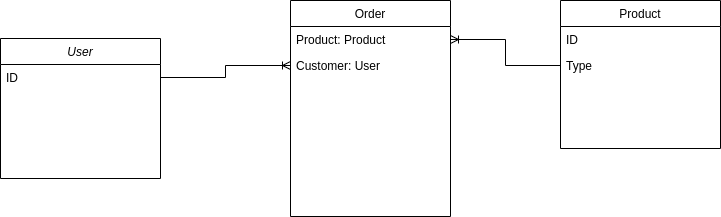
The draw.io diagram diagram/DataStructures.png in JosephShering/TerritoryFoodsAssessment, before a commit. Source tidied: cells renumbered, new cells last; positions are measured from the earlier drawing's top-left corner, leaving out a move shared by most shapes.
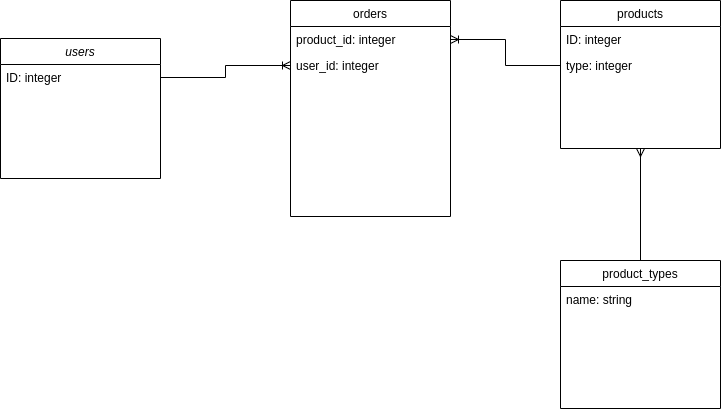
The same diagram one commit later.

What changed in the source:
```diff
@@ -2,28 +2,28 @@
   <root>
     <mxCell id="0" />
     <mxCell id="1" parent="0" />
-    <mxCell id="2" value="User" style="swimlane;fontStyle=2;align=center;verticalAlign=top;horizontal=1;startSize=26;rounded=0;shadow=0;strokeWidth=1;" parent="1" vertex="1">
+    <mxCell id="2" value="users" style="swimlane;fontStyle=2;align=center;verticalAlign=top;horizontal=1;startSize=26;rounded=0;shadow=0;strokeWidth=1;" parent="1" vertex="1">
       <mxGeometry y="38" width="160" height="140" as="geometry" />
     </mxCell>
-    <mxCell id="3" value="ID" style="text;align=left;verticalAlign=top;spacingLeft=4;spacingRight=4;overflow=hidden;points=[[0,0.5],[1,0.5]];portConstraint=eastwest;" parent="2" vertex="1">
+    <mxCell id="3" value="ID: integer" style="text;align=left;verticalAlign=top;spacingLeft=4;spacingRight=4;overflow=hidden;points=[[0,0.5],[1,0.5]];portConstraint=eastwest;" parent="2" vertex="1">
       <mxGeometry y="26" width="160" height="26" as="geometry" />
     </mxCell>
-    <mxCell id="4" value="Product" style="swimlane;fontStyle=0;align=center;verticalAlign=top;horizontal=1;startSize=26;rounded=0;shadow=0;strokeWidth=1;" parent="1" vertex="1">
+    <mxCell id="4" value="products" style="swimlane;fontStyle=0;align=center;verticalAlign=top;horizontal=1;startSize=26;rounded=0;shadow=0;strokeWidth=1;swimlaneFillColor=none;sketch=0;" parent="1" vertex="1">
       <mxGeometry x="560" width="160" height="148" as="geometry" />
     </mxCell>
-    <mxCell id="5" value="ID&#10;" style="text;align=left;verticalAlign=top;spacingLeft=4;spacingRight=4;overflow=hidden;" parent="4" vertex="1">
+    <mxCell id="5" value="ID: integer&#10;" style="text;align=left;verticalAlign=top;spacingLeft=4;spacingRight=4;overflow=hidden;" parent="4" vertex="1">
       <mxGeometry y="26" width="160" height="26" as="geometry" />
     </mxCell>
-    <mxCell id="6" value="Type" style="text;align=left;verticalAlign=top;spacingLeft=4;spacingRight=4;overflow=hidden;points=[[0,0.5],[1,0.5]];portConstraint=eastwest;" parent="4" vertex="1">
+    <mxCell id="6" value="type: integer" style="text;align=left;verticalAlign=top;spacingLeft=4;spacingRight=4;overflow=hidden;points=[[0,0.5],[1,0.5]];portConstraint=eastwest;" parent="4" vertex="1">
       <mxGeometry y="52" width="160" height="26" as="geometry" />
     </mxCell>
-    <mxCell id="7" value="Order" style="swimlane;fontStyle=0;align=center;verticalAlign=top;horizontal=1;startSize=26;rounded=0;shadow=0;strokeWidth=1;" parent="1" vertex="1">
+    <mxCell id="7" value="orders" style="swimlane;fontStyle=0;align=center;verticalAlign=top;horizontal=1;startSize=26;rounded=0;shadow=0;strokeWidth=1;" parent="1" vertex="1">
       <mxGeometry x="290" width="160" height="216" as="geometry" />
     </mxCell>
-    <mxCell id="8" value="Product: Product" style="text;align=left;verticalAlign=top;spacingLeft=4;spacingRight=4;overflow=hidden;points=[[0,0.5],[1,0.5]];portConstraint=eastwest;" parent="7" vertex="1">
+    <mxCell id="8" value="product_id: integer" style="text;align=left;verticalAlign=top;spacingLeft=4;spacingRight=4;overflow=hidden;points=[[0,0.5],[1,0.5]];portConstraint=eastwest;" parent="7" vertex="1">
       <mxGeometry y="26" width="160" height="26" as="geometry" />
     </mxCell>
-    <mxCell id="9" value="Customer: User" style="text;align=left;verticalAlign=top;spacingLeft=4;spacingRight=4;overflow=hidden;points=[[0,0.5],[1,0.5]];portConstraint=eastwest;rounded=0;shadow=0;html=0;" parent="7" vertex="1">
+    <mxCell id="9" value="user_id: integer" style="text;align=left;verticalAlign=top;spacingLeft=4;spacingRight=4;overflow=hidden;points=[[0,0.5],[1,0.5]];portConstraint=eastwest;rounded=0;shadow=0;html=0;" parent="7" vertex="1">
       <mxGeometry y="52" width="160" height="26" as="geometry" />
     </mxCell>
     <mxCell id="10" style="edgeStyle=orthogonalEdgeStyle;rounded=0;jettySize=auto;html=1;exitX=0;exitY=0.5;exitDx=0;exitDy=0;entryX=1;entryY=0.5;entryDx=0;entryDy=0;shadow=0;endArrow=ERoneToMany;endFill=0;strokeWidth=1;" parent="1" edge="1" source="6" target="8">
@@ -32,5 +32,14 @@
     <mxCell id="11" style="edgeStyle=orthogonalEdgeStyle;rounded=0;jettySize=auto;html=1;exitX=1;exitY=0.5;exitDx=0;exitDy=0;entryX=0;entryY=0.5;entryDx=0;entryDy=0;shadow=0;endArrow=ERoneToMany;endFill=0;strokeWidth=1;" parent="1" edge="1" source="3" target="9">
       <mxGeometry relative="1" as="geometry" />
     </mxCell>
+    <mxCell id="12" style="edgeStyle=orthogonalEdgeStyle;rounded=0;jettySize=auto;html=1;exitX=0.5;exitY=0;exitDx=0;exitDy=0;entryX=0.5;entryY=1;entryDx=0;entryDy=0;endArrow=ERmany;endFill=0;" parent="1" edge="1" source="13" target="4">
+      <mxGeometry relative="1" as="geometry" />
+    </mxCell>
+    <mxCell id="13" value="product_types" style="swimlane;fontStyle=0;align=center;verticalAlign=top;horizontal=1;startSize=26;rounded=0;shadow=0;strokeWidth=1;swimlaneFillColor=none;sketch=0;" parent="1" vertex="1">
+      <mxGeometry x="560" y="260" width="160" height="148" as="geometry" />
+    </mxCell>
+    <mxCell id="14" value="name: string" style="text;align=left;verticalAlign=top;spacingLeft=4;spacingRight=4;overflow=hidden;" parent="13" vertex="1">
+      <mxGeometry y="26" width="160" height="26" as="geometry" />
+    </mxCell>
   </root>
 </mxGraphModel>
```
